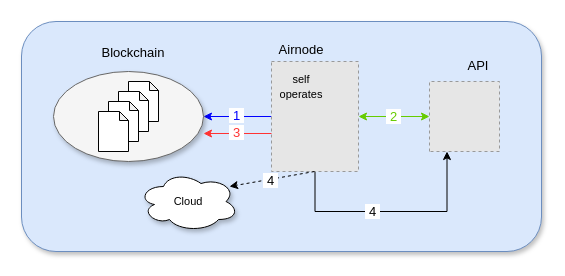
This is docs/reference/airnode/latest/assets/diagrams/heartbeat.drawio from api3dao/vitepress-docs, a draw.io file, before an edit. Source tidied: cells renumbered, new cells numbered last; positions are measured from the earlier drawing's top-left corner, leaving out a move shared by most shapes. Both pictures are drawn from the tidied source at 100%, with x=0, y=0 at pixel (21, 21). Pictures stored in the file or linked from it are replaced by grey dashed boxes.
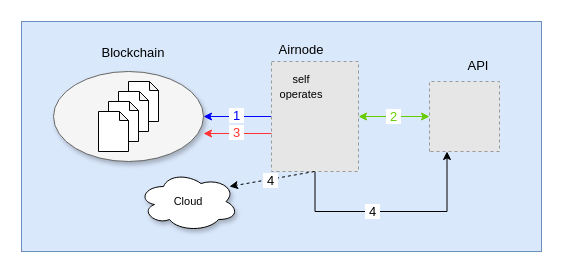
The same page after the edit.

The edit, as a diff of the source:
```diff
@@
-    <mxCell id="2" style="rounded=1;whiteSpace=wrap;html=1;shadow=1;fillColor=#dae8fc;strokeColor=#6c8ebf;" parent="1" vertex="1">
+    <mxCell id="2" style="rounded=0;whiteSpace=wrap;html=1;shadow=0;fillColor=#dae8fc;strokeColor=#6c8ebf;" parent="1" vertex="1">
       <mxGeometry width="520" height="230" as="geometry" />
     </mxCell>
```
